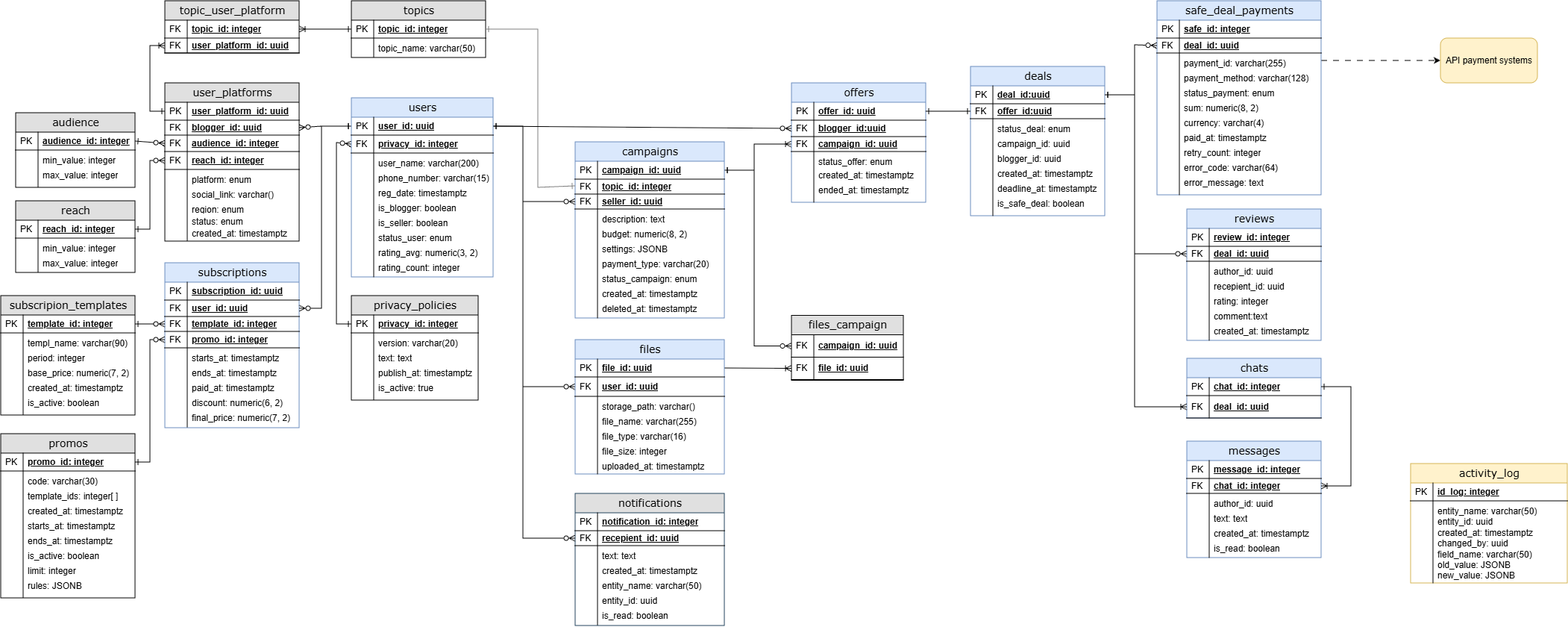
Earlier version of the draw.io export diagrams/erd.drawio.png (NadezdaHope19/practice). Source tidied: cells renumbered, new cells last; positions are measured from the earlier drawing's top-left corner, leaving out a move shared by most shapes.
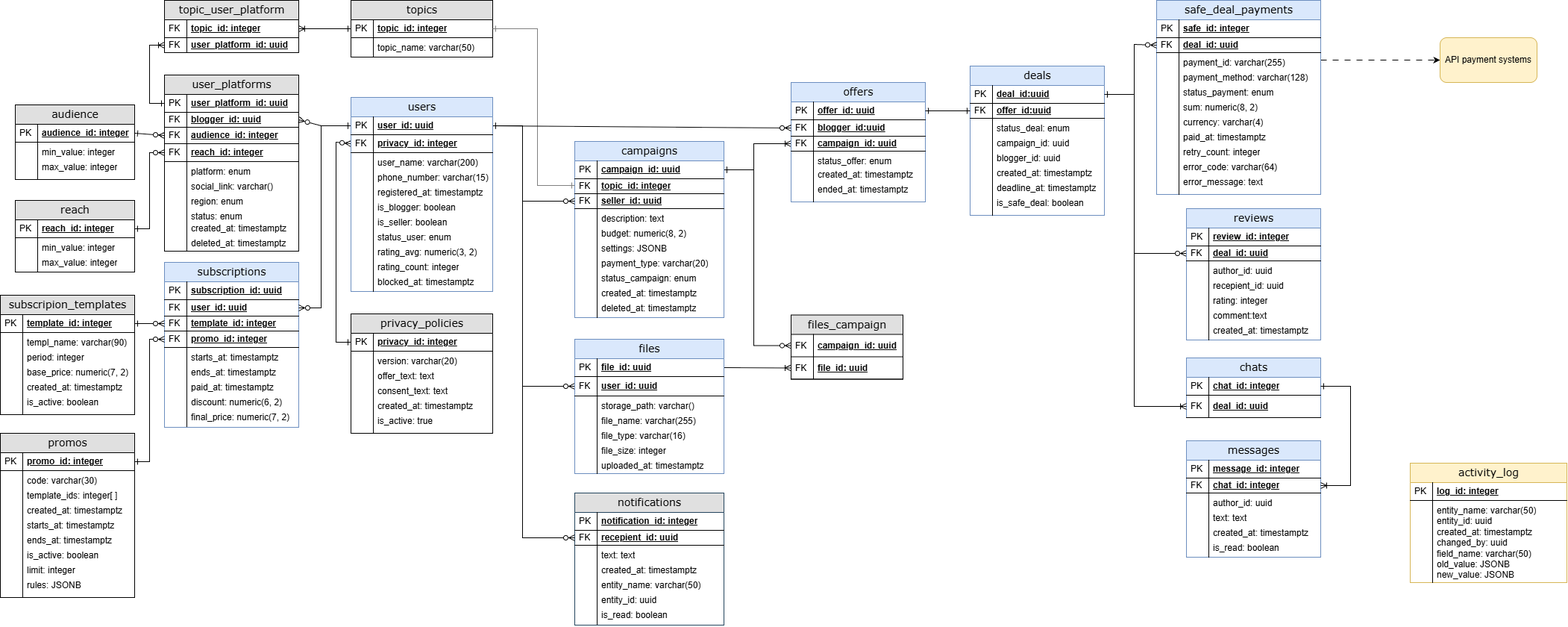
The same file after the commit.

What changed in the source:
```diff
@@ -270,6 +270,6 @@
     <mxCell id="83" value="topics" style="swimlane;html=1;fontStyle=0;horizontal=1;startSize=26;fillColor=#e0e0e0;swimlaneFillColor=#ffffff;align=center;rounded=0;shadow=0;comic=0;labelBackgroundColor=none;strokeWidth=1;fontFamily=Verdana;fontSize=14;swimlaneLine=1;" parent="1" vertex="1">
-      <mxGeometry x="470" width="180" height="76" as="geometry" />
+      <mxGeometry x="470" width="190" height="76" as="geometry" />
     </mxCell>
     <mxCell id="84" value="topic_id: integer" style="shape=partialRectangle;top=0;left=0;right=0;bottom=1;html=1;align=left;verticalAlign=middle;fillColor=none;spacingLeft=34;spacingRight=4;whiteSpace=wrap;overflow=hidden;points=[[0,0.5],[1,0.5]];portConstraint=eastwest;fontStyle=5;" parent="83" vertex="1">
-      <mxGeometry y="26" width="180" height="24" as="geometry" />
+      <mxGeometry y="26" width="190" height="24" as="geometry" />
     </mxCell>
@@ -279,3 +279,3 @@
     <mxCell id="86" value="topic_name: varchar(50)" style="shape=partialRectangle;top=0;left=0;right=0;bottom=0;html=1;align=left;verticalAlign=top;fillColor=none;spacingLeft=34;spacingRight=4;whiteSpace=wrap;overflow=hidden;" parent="83" vertex="1">
-      <mxGeometry y="50" width="180" height="26" as="geometry" />
+      <mxGeometry y="50" width="190" height="26" as="geometry" />
     </mxCell>
@@ -285,3 +285,3 @@
     <mxCell id="88" value="user_platforms" style="swimlane;html=1;fontStyle=0;horizontal=1;startSize=26;fillColor=#e0e0e0;swimlaneFillColor=#ffffff;align=center;rounded=0;shadow=0;comic=0;labelBackgroundColor=none;strokeWidth=1;fontFamily=Verdana;fontSize=14;" parent="1" vertex="1">
-      <mxGeometry x="220" y="110" width="180" height="212" as="geometry" />
+      <mxGeometry x="220" y="100" width="180" height="236" as="geometry" />
     </mxCell>
@@ -324,9 +324,9 @@
     <mxCell id="101" value="region: enum" style="shape=partialRectangle;top=0;left=0;right=0;bottom=0;html=1;align=left;verticalAlign=top;fillColor=none;spacingLeft=34;spacingRight=4;whiteSpace=wrap;overflow=hidden;" parent="88" vertex="1">
-      <mxGeometry y="156" width="180" height="16" as="geometry" />
+      <mxGeometry y="156" width="180" height="20" as="geometry" />
     </mxCell>
     <mxCell id="102" style="shape=partialRectangle;top=0;left=0;bottom=0;html=1;fillColor=none;align=left;verticalAlign=top;spacingLeft=4;spacingRight=4;whiteSpace=wrap;overflow=hidden;" parent="101" vertex="1">
-      <mxGeometry width="30" height="16" as="geometry" />
+      <mxGeometry width="30" height="20" as="geometry" />
     </mxCell>
     <mxCell id="103" value="status: enum" style="shape=partialRectangle;top=0;left=0;right=0;bottom=0;html=1;align=left;verticalAlign=top;fillColor=none;spacingLeft=34;spacingRight=4;whiteSpace=wrap;overflow=hidden;" parent="88" vertex="1">
-      <mxGeometry y="172" width="180" height="16" as="geometry" />
+      <mxGeometry y="176" width="180" height="16" as="geometry" />
     </mxCell>
@@ -335,4 +335,10 @@
     </mxCell>
+    <mxCell id="299" value="created_at: timestamptz" style="shape=partialRectangle;top=0;left=0;right=0;bottom=0;html=1;align=left;verticalAlign=top;fillColor=none;spacingLeft=34;spacingRight=4;whiteSpace=wrap;overflow=hidden;" parent="88" vertex="1">
+      <mxGeometry y="192" width="180" height="20" as="geometry" />
+    </mxCell>
+    <mxCell id="300" style="shape=partialRectangle;top=0;left=0;bottom=0;html=1;fillColor=none;align=left;verticalAlign=top;spacingLeft=4;spacingRight=4;whiteSpace=wrap;overflow=hidden;" parent="299" vertex="1">
+      <mxGeometry width="30" height="20" as="geometry" />
+    </mxCell>
-    <mxCell id="105" value="created_at: timestamptz" style="shape=partialRectangle;top=0;left=0;right=0;bottom=0;html=1;align=left;verticalAlign=top;fillColor=none;spacingLeft=34;spacingRight=4;whiteSpace=wrap;overflow=hidden;" parent="88" vertex="1">
-      <mxGeometry y="188" width="180" height="24" as="geometry" />
+    <mxCell id="105" value="deleted_at: timestamptz" style="shape=partialRectangle;top=0;left=0;right=0;bottom=0;html=1;align=left;verticalAlign=top;fillColor=none;spacingLeft=34;spacingRight=4;whiteSpace=wrap;overflow=hidden;" parent="88" vertex="1">
+      <mxGeometry y="212" width="180" height="24" as="geometry" />
     </mxCell>
@@ -342,3 +348,3 @@
     <mxCell id="107" value="audience" style="swimlane;html=1;fontStyle=0;horizontal=1;startSize=26;fillColor=#e0e0e0;swimlaneFillColor=#ffffff;align=center;rounded=0;shadow=0;comic=0;labelBackgroundColor=none;strokeWidth=1;fontFamily=Verdana;fontSize=14;swimlaneLine=1;" parent="1" vertex="1">
-      <mxGeometry x="20" y="150" width="160" height="100" as="geometry" />
+      <mxGeometry x="20" y="140" width="160" height="100" as="geometry" />
     </mxCell>
@@ -399,6 +405,6 @@
     <mxCell id="126" value="privacy_policies" style="swimlane;html=1;fontStyle=0;horizontal=1;startSize=26;fillColor=#e0e0e0;swimlaneFillColor=#ffffff;align=center;rounded=0;shadow=0;comic=0;labelBackgroundColor=none;strokeWidth=1;fontFamily=Verdana;fontSize=14;swimlaneLine=1;" parent="1" vertex="1">
-      <mxGeometry x="470" y="395" width="170" height="140" as="geometry" />
+      <mxGeometry x="470" y="420" width="190" height="160" as="geometry" />
     </mxCell>
     <mxCell id="127" value="privacy_id: integer" style="shape=partialRectangle;top=0;left=0;right=0;bottom=1;html=1;align=left;verticalAlign=middle;fillColor=none;spacingLeft=34;spacingRight=4;whiteSpace=wrap;overflow=hidden;points=[[0,0.5],[1,0.5]];portConstraint=eastwest;fontStyle=5;" parent="126" vertex="1">
-      <mxGeometry y="26" width="170" height="24" as="geometry" />
+      <mxGeometry y="26" width="190" height="24" as="geometry" />
     </mxCell>
@@ -408,3 +414,3 @@
     <mxCell id="129" value="&lt;div&gt;&lt;font&gt;&lt;font style=&quot;&quot;&gt;v&lt;/font&gt;ersion: varchar(20)&lt;/font&gt;&lt;/div&gt;" style="shape=partialRectangle;top=0;left=0;right=0;bottom=0;html=1;align=left;verticalAlign=top;fillColor=none;spacingLeft=34;spacingRight=4;whiteSpace=wrap;overflow=hidden;" parent="126" vertex="1">
-      <mxGeometry y="50" width="170" height="20" as="geometry" />
+      <mxGeometry y="50" width="190" height="20" as="geometry" />
     </mxCell>
@@ -413,4 +419,4 @@
     </mxCell>
-    <mxCell id="131" value="&lt;div&gt;&lt;span style=&quot;background-color: transparent; color: light-dark(rgb(0, 0, 0), rgb(255, 255, 255));&quot;&gt;text: text&lt;/span&gt;&lt;/div&gt;" style="shape=partialRectangle;top=0;left=0;right=0;bottom=0;html=1;align=left;verticalAlign=top;fillColor=none;spacingLeft=34;spacingRight=4;whiteSpace=wrap;overflow=hidden;" parent="126" vertex="1">
-      <mxGeometry y="70" width="170" height="20" as="geometry" />
+    <mxCell id="131" value="&lt;div&gt;&lt;span style=&quot;background-color: transparent; color: light-dark(rgb(0, 0, 0), rgb(255, 255, 255));&quot;&gt;offer_text: text&lt;/span&gt;&lt;/div&gt;" style="shape=partialRectangle;top=0;left=0;right=0;bottom=0;html=1;align=left;verticalAlign=top;fillColor=none;spacingLeft=34;spacingRight=4;whiteSpace=wrap;overflow=hidden;" parent="126" vertex="1">
+      <mxGeometry y="70" width="190" height="20" as="geometry" />
     </mxCell>
@@ -419,4 +425,10 @@
     </mxCell>
+    <mxCell id="301" value="&lt;div&gt;&lt;font&gt;consent_text: text&lt;/font&gt;&lt;/div&gt;" style="shape=partialRectangle;top=0;left=0;right=0;bottom=0;html=1;align=left;verticalAlign=top;fillColor=none;spacingLeft=34;spacingRight=4;whiteSpace=wrap;overflow=hidden;" parent="126" vertex="1">
+      <mxGeometry y="90" width="190" height="20" as="geometry" />
+    </mxCell>
+    <mxCell id="302" style="shape=partialRectangle;top=0;left=0;bottom=0;html=1;fillColor=none;align=left;verticalAlign=top;spacingLeft=4;spacingRight=4;whiteSpace=wrap;overflow=hidden;" parent="301" vertex="1">
+      <mxGeometry width="30" height="20" as="geometry" />
+    </mxCell>
-    <mxCell id="133" value="&lt;div&gt;&lt;span style=&quot;background-color: transparent; color: light-dark(rgb(0, 0, 0), rgb(255, 255, 255));&quot;&gt;publish_at:&amp;nbsp;&lt;/span&gt;&lt;span style=&quot;background-color: transparent; color: light-dark(rgb(0, 0, 0), rgb(255, 255, 255));&quot;&gt;timestamptz&lt;/span&gt;&lt;/div&gt;" style="shape=partialRectangle;top=0;left=0;right=0;bottom=0;html=1;align=left;verticalAlign=top;fillColor=none;spacingLeft=34;spacingRight=4;whiteSpace=wrap;overflow=hidden;" parent="126" vertex="1">
-      <mxGeometry y="90" width="170" height="20" as="geometry" />
+    <mxCell id="133" value="&lt;div&gt;&lt;span style=&quot;background-color: transparent; color: light-dark(rgb(0, 0, 0), rgb(255, 255, 255));&quot;&gt;created_at:&amp;nbsp;&lt;/span&gt;&lt;span style=&quot;background-color: transparent; color: light-dark(rgb(0, 0, 0), rgb(255, 255, 255));&quot;&gt;timestamptz&lt;/span&gt;&lt;/div&gt;" style="shape=partialRectangle;top=0;left=0;right=0;bottom=0;html=1;align=left;verticalAlign=top;fillColor=none;spacingLeft=34;spacingRight=4;whiteSpace=wrap;overflow=hidden;" parent="126" vertex="1">
+      <mxGeometry y="110" width="190" height="20" as="geometry" />
     </mxCell>
@@ -426,3 +438,3 @@
     <mxCell id="135" value="&lt;div&gt;&lt;span style=&quot;background-color: transparent; color: light-dark(rgb(0, 0, 0), rgb(255, 255, 255));&quot;&gt;is_active: true&lt;/span&gt;&lt;/div&gt;" style="shape=partialRectangle;top=0;left=0;right=0;bottom=0;html=1;align=left;verticalAlign=top;fillColor=none;spacingLeft=34;spacingRight=4;whiteSpace=wrap;overflow=hidden;" parent="126" vertex="1">
-      <mxGeometry y="110" width="170" height="30" as="geometry" />
+      <mxGeometry y="130" width="190" height="30" as="geometry" />
     </mxCell>
@@ -434,3 +446,3 @@
     </mxCell>
-    <mxCell id="138" value="id_log: integer" style="shape=partialRectangle;top=0;left=0;right=0;bottom=1;html=1;align=left;verticalAlign=middle;fillColor=none;spacingLeft=34;spacingRight=4;whiteSpace=wrap;overflow=hidden;fontStyle=5;" parent="137" vertex="1">
+    <mxCell id="138" value="log_id: integer" style="shape=partialRectangle;top=0;left=0;right=0;bottom=1;html=1;align=left;verticalAlign=middle;fillColor=none;spacingLeft=34;spacingRight=4;whiteSpace=wrap;overflow=hidden;fontStyle=5;" parent="137" vertex="1">
       <mxGeometry y="26" width="210" height="24" as="geometry" />
@@ -447,3 +459,3 @@
     <mxCell id="142" value="files_campaign" style="swimlane;html=1;fontStyle=0;horizontal=1;startSize=26;fillColor=#e0e0e0;swimlaneFillColor=#ffffff;align=center;rounded=0;shadow=0;comic=0;labelBackgroundColor=none;strokeWidth=1;fontFamily=Verdana;fontSize=14;swimlaneLine=1;" parent="1" vertex="1">
-      <mxGeometry x="1060" y="421.5" width="150" height="87" as="geometry" />
+      <mxGeometry x="1060" y="421.5" width="150" height="86" as="geometry" />
     </mxCell>
@@ -477,3 +489,3 @@
         <Array as="points">
-          <mxPoint x="200" y="148" />
+          <mxPoint x="200" y="138" />
           <mxPoint x="200" y="60" />
@@ -485,3 +497,3 @@
         <Array as="points">
-          <mxPoint x="720" y="250" />
+          <mxPoint x="720" y="248" />
           <mxPoint x="720" y="38" />
@@ -543,3 +555,3 @@
         <Array as="points">
-          <mxPoint x="450" y="433" />
+          <mxPoint x="450" y="458" />
           <mxPoint x="450" y="190" />
@@ -716,6 +728,4 @@
     </mxCell>
-    <mxCell id="220" style="edgeStyle=none;rounded=0;jettySize=auto;html=1;exitX=1;exitY=0.5;exitDx=0;exitDy=0;endArrow=ERzeroToMany;endFill=0;startArrow=ERone;startFill=0;entryX=0;entryY=0.5;entryDx=0;entryDy=0;" parent="1" edge="1" target="93">
-      <mxGeometry relative="1" as="geometry">
-        <mxPoint x="180" y="188" as="sourcePoint" />
-      </mxGeometry>
+    <mxCell id="220" style="edgeStyle=none;rounded=0;jettySize=auto;html=1;endArrow=ERzeroToMany;endFill=0;startArrow=ERone;startFill=0;entryX=0;entryY=0.5;entryDx=0;entryDy=0;exitX=1;exitY=0.5;exitDx=0;exitDy=0;" parent="1" edge="1" source="108" target="93">
+      <mxGeometry relative="1" as="geometry" />
     </mxCell>
@@ -725,3 +735,3 @@
           <mxPoint x="200" y="306" />
-          <mxPoint x="200" y="214" />
+          <mxPoint x="200" y="204" />
         </Array>
@@ -918,3 +928,3 @@
     <mxCell id="278" value="users" style="swimlane;html=1;fontStyle=0;horizontal=1;startSize=26;fillColor=#dae8fc;swimlaneFillColor=#ffffff;align=center;rounded=0;shadow=0;comic=0;labelBackgroundColor=none;strokeWidth=1;fontFamily=Verdana;fontSize=14;swimlaneLine=1;strokeColor=#6c8ebf;" parent="1" vertex="1">
-      <mxGeometry x="470" y="130" width="190" height="240" as="geometry" />
+      <mxGeometry x="470" y="130" width="190" height="260" as="geometry" />
     </mxCell>
@@ -944,3 +954,3 @@
     </mxCell>
-    <mxCell id="287" value="&lt;div&gt;&lt;span style=&quot;background-color: transparent; color: light-dark(rgb(0, 0, 0), rgb(255, 255, 255));&quot;&gt;reg_date: timestamptz&lt;/span&gt;&lt;/div&gt;" style="shape=partialRectangle;top=0;left=0;right=0;bottom=0;html=1;align=left;verticalAlign=top;fillColor=none;spacingLeft=34;spacingRight=4;whiteSpace=wrap;overflow=hidden;" parent="278" vertex="1">
+    <mxCell id="287" value="&lt;div&gt;&lt;span style=&quot;background-color: transparent; color: light-dark(rgb(0, 0, 0), rgb(255, 255, 255));&quot;&gt;registered_at: timestamptz&lt;/span&gt;&lt;/div&gt;" style="shape=partialRectangle;top=0;left=0;right=0;bottom=0;html=1;align=left;verticalAlign=top;fillColor=none;spacingLeft=34;spacingRight=4;whiteSpace=wrap;overflow=hidden;" parent="278" vertex="1">
       <mxGeometry y="114" width="190" height="20" as="geometry" />
@@ -975,7 +985,13 @@
     <mxCell id="297" value="&lt;div&gt;&lt;span style=&quot;background-color: transparent; color: light-dark(rgb(0, 0, 0), rgb(255, 255, 255));&quot;&gt;rating_count: integer&lt;/span&gt;&lt;/div&gt;" style="shape=partialRectangle;top=0;left=0;right=0;bottom=0;html=1;align=left;verticalAlign=top;fillColor=none;spacingLeft=34;spacingRight=4;whiteSpace=wrap;overflow=hidden;" parent="278" vertex="1">
-      <mxGeometry y="214" width="190" height="26" as="geometry" />
+      <mxGeometry y="214" width="190" height="20" as="geometry" />
     </mxCell>
     <mxCell id="298" style="shape=partialRectangle;top=0;left=0;bottom=0;html=1;fillColor=none;align=left;verticalAlign=top;spacingLeft=4;spacingRight=4;whiteSpace=wrap;overflow=hidden;" parent="297" vertex="1">
-      <mxGeometry width="30" height="26" as="geometry" />
+      <mxGeometry width="30" height="20" as="geometry" />
     </mxCell>
+    <mxCell id="303" value="&lt;div&gt;&lt;span style=&quot;background-color: transparent; color: light-dark(rgb(0, 0, 0), rgb(255, 255, 255));&quot;&gt;blocked_at: timestamptz&lt;/span&gt;&lt;/div&gt;" style="shape=partialRectangle;top=0;left=0;right=0;bottom=0;html=1;align=left;verticalAlign=top;fillColor=none;spacingLeft=34;spacingRight=4;whiteSpace=wrap;overflow=hidden;" parent="278" vertex="1">
+      <mxGeometry y="234" width="190" height="26" as="geometry" />
+    </mxCell>
+    <mxCell id="304" style="shape=partialRectangle;top=0;left=0;bottom=0;html=1;fillColor=none;align=left;verticalAlign=top;spacingLeft=4;spacingRight=4;whiteSpace=wrap;overflow=hidden;" parent="303" vertex="1">
+      <mxGeometry width="30" height="26" as="geometry" />
+    </mxCell>
   </root>
```
